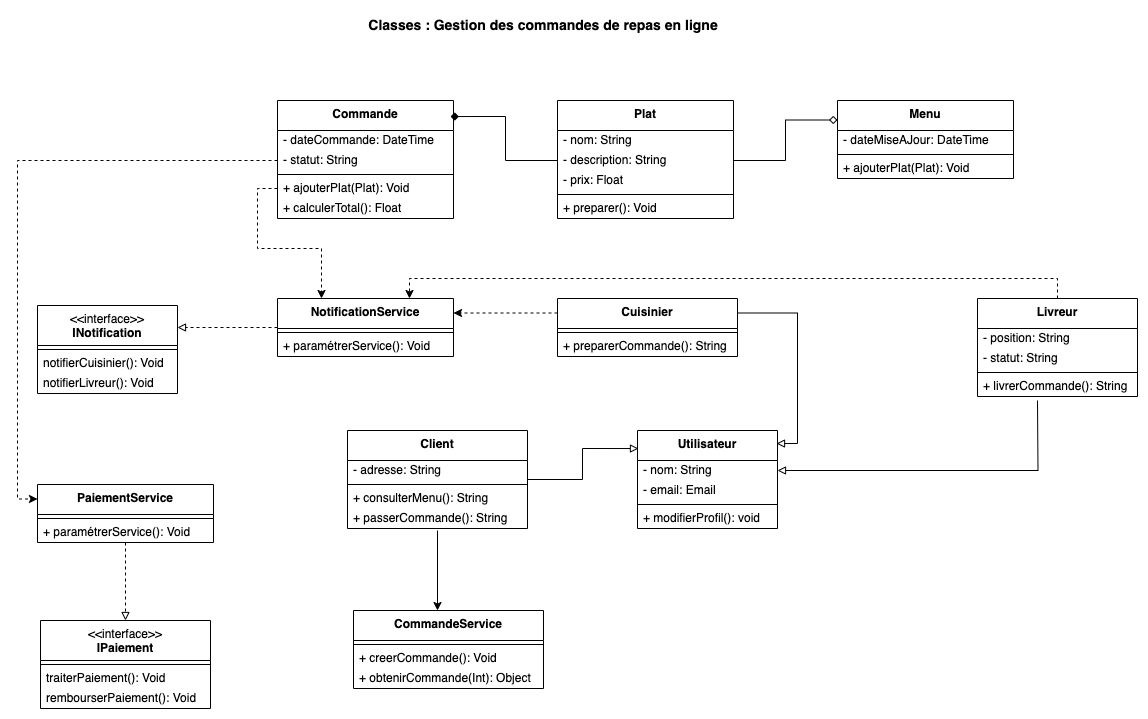
This is Semaine 1 - UML/images/05-example.png from nicolasvauchenet/cours_methodologie, a draw.io export, as it was before one commit. Source tidied: cells renumbered, new cells last; positions are measured from the earlier drawing's top-left corner, leaving out a move shared by most shapes.
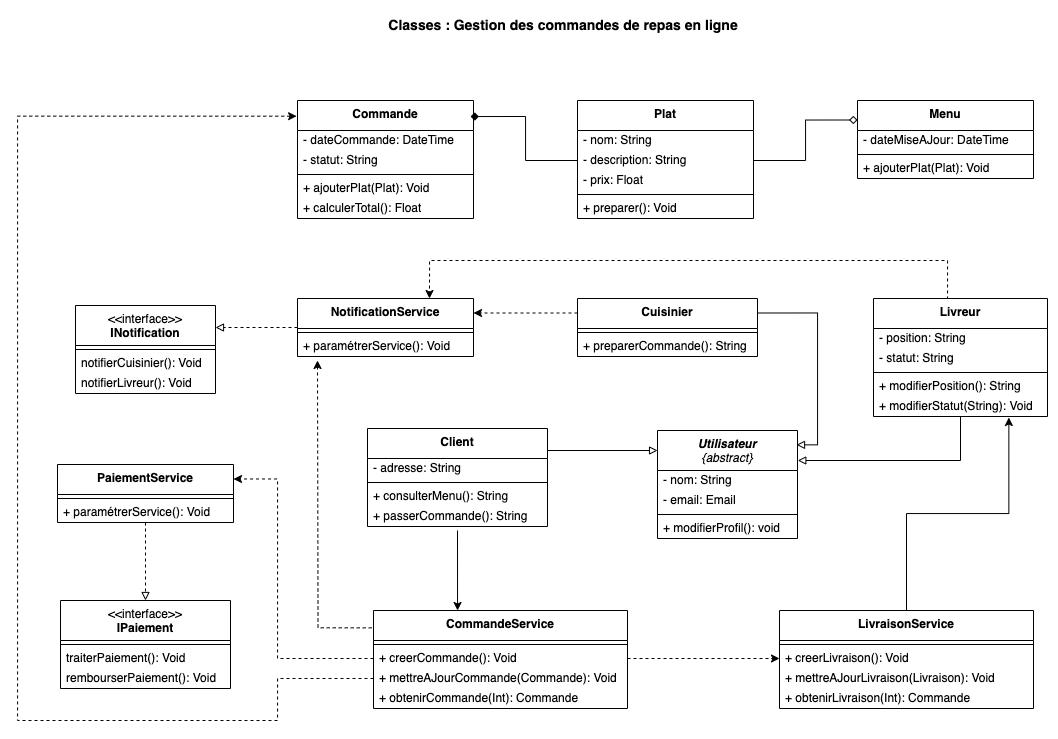
After the commit.

Commit message:
UML - Classes - OK

Diff of the diagram source:
```diff
@@ -5,23 +5,23 @@
     <mxCell id="2" value="&lt;b&gt;&lt;span style=&quot;font-size: 14px;&quot;&gt;Classes :&amp;nbsp;&lt;/span&gt;Gestion des commandes de repas en ligne&lt;/b&gt;" style="text;html=1;align=center;verticalAlign=middle;whiteSpace=wrap;rounded=0;fontSize=14;" parent="1" vertex="1">
       <mxGeometry x="316" width="380" height="30" as="geometry" />
     </mxCell>
-    <mxCell id="3" value="&lt;b&gt;Utilisateur&lt;/b&gt;" style="swimlane;fontStyle=0;align=center;verticalAlign=top;horizontal=1;startSize=30;html=1;whiteSpace=wrap;" parent="1" vertex="1">
-      <mxGeometry x="600" y="420" width="140" height="98" as="geometry" />
+    <mxCell id="3" value="&lt;i&gt;&lt;b&gt;Utilisateur&lt;/b&gt;&lt;br&gt;{abstract}&lt;/i&gt;" style="swimlane;fontStyle=0;align=center;verticalAlign=top;horizontal=1;startSize=40;html=1;whiteSpace=wrap;" parent="1" vertex="1">
+      <mxGeometry x="600" y="420" width="140" height="108" as="geometry" />
     </mxCell>
     <mxCell id="4" value="- nom: String" style="text;html=1;strokeColor=none;fillColor=none;align=left;verticalAlign=middle;spacingLeft=4;spacingRight=4;overflow=hidden;points=[[0,0.5],[1,0.5]];portConstraint=eastwest;whiteSpace=wrap;" parent="3" vertex="1">
-      <mxGeometry y="30" width="140" height="20" as="geometry" />
+      <mxGeometry y="40" width="140" height="20" as="geometry" />
     </mxCell>
     <mxCell id="5" value="- email: Email" style="text;html=1;strokeColor=none;fillColor=none;align=left;verticalAlign=middle;spacingLeft=4;spacingRight=4;overflow=hidden;whiteSpace=wrap;" parent="3" vertex="1">
-      <mxGeometry y="50" width="140" height="20" as="geometry" />
+      <mxGeometry y="60" width="140" height="20" as="geometry" />
     </mxCell>
     <mxCell id="6" style="line;strokeWidth=1;fillColor=none;align=left;verticalAlign=middle;spacingTop=-1;spacingLeft=3;spacingRight=3;labelPosition=right;" parent="3" vertex="1">
-      <mxGeometry y="70" width="140" height="8" as="geometry" />
+      <mxGeometry y="80" width="140" height="8" as="geometry" />
     </mxCell>
     <mxCell id="7" value="+ modifierProfil(): void" style="text;html=1;strokeColor=none;fillColor=none;align=left;verticalAlign=middle;spacingLeft=4;spacingRight=4;overflow=hidden;whiteSpace=wrap;" parent="3" vertex="1">
-      <mxGeometry y="78" width="140" height="20" as="geometry" />
+      <mxGeometry y="88" width="140" height="20" as="geometry" />
     </mxCell>
     <mxCell id="8" value="&lt;b&gt;Client&lt;/b&gt;" style="swimlane;fontStyle=0;align=center;verticalAlign=top;horizontal=1;startSize=30;html=1;whiteSpace=wrap;" parent="1" vertex="1">
-      <mxGeometry x="310" y="420" width="180" height="98" as="geometry" />
+      <mxGeometry x="310" y="418" width="180" height="98" as="geometry" />
     </mxCell>
     <mxCell id="9" value="- adresse: String" style="text;html=1;strokeColor=none;fillColor=none;align=left;verticalAlign=middle;spacingLeft=4;spacingRight=4;overflow=hidden;whiteSpace=wrap;" parent="8" vertex="1">
       <mxGeometry y="30" width="180" height="20" as="geometry" />
@@ -47,32 +47,33 @@
     <mxCell id="16" value="+ preparerCommande(): String" style="text;html=1;strokeColor=none;fillColor=none;align=left;verticalAlign=middle;spacingLeft=4;spacingRight=4;overflow=hidden;whiteSpace=wrap;" parent="14" vertex="1">
       <mxGeometry y="38" width="180" height="20" as="geometry" />
     </mxCell>
-    <mxCell id="17" style="edgeStyle=orthogonalEdgeStyle;rounded=0;jettySize=auto;html=1;entryX=0.75;entryY=0;entryDx=0;entryDy=0;dashed=1;" parent="1" edge="1" source="18" target="46">
+    <mxCell id="17" style="edgeStyle=orthogonalEdgeStyle;rounded=0;jettySize=auto;html=1;entryX=0.75;entryY=0;entryDx=0;entryDy=0;dashed=1;exitX=0.5;exitY=0;exitDx=0;exitDy=0;" parent="1" edge="1" source="18" target="46">
       <mxGeometry relative="1" as="geometry">
         <Array as="points">
-          <mxPoint x="1020" y="268" />
-          <mxPoint x="372" y="268" />
+          <mxPoint x="890" y="288" />
+          <mxPoint x="890" y="250" />
+          <mxPoint x="372" y="250" />
         </Array>
       </mxGeometry>
     </mxCell>
     <mxCell id="18" value="&lt;b&gt;Livreur&lt;/b&gt;" style="swimlane;fontStyle=0;align=center;verticalAlign=top;horizontal=1;startSize=30;html=1;whiteSpace=wrap;" parent="1" vertex="1">
-      <mxGeometry x="940" y="288" width="160" height="98" as="geometry" />
+      <mxGeometry x="816" y="288" width="174" height="118" as="geometry" />
     </mxCell>
     <mxCell id="19" value="- position: String" style="text;html=1;strokeColor=none;fillColor=none;align=left;verticalAlign=middle;spacingLeft=4;spacingRight=4;overflow=hidden;whiteSpace=wrap;" parent="18" vertex="1">
-      <mxGeometry y="30" width="160" height="20" as="geometry" />
+      <mxGeometry y="30" width="174" height="20" as="geometry" />
     </mxCell>
     <mxCell id="20" value="- statut: String" style="text;html=1;strokeColor=none;fillColor=none;align=left;verticalAlign=middle;spacingLeft=4;spacingRight=4;overflow=hidden;whiteSpace=wrap;" parent="18" vertex="1">
-      <mxGeometry y="50" width="160" height="20" as="geometry" />
+      <mxGeometry y="50" width="174" height="20" as="geometry" />
     </mxCell>
     <mxCell id="21" style="line;strokeWidth=1;fillColor=none;align=left;verticalAlign=middle;spacingTop=-1;spacingLeft=3;spacingRight=3;labelPosition=right;" parent="18" vertex="1">
-      <mxGeometry y="70" width="160" height="8" as="geometry" />
+      <mxGeometry y="70" width="174" height="8" as="geometry" />
     </mxCell>
-    <mxCell id="22" value="+ livrerCommande(): String" style="text;html=1;strokeColor=none;fillColor=none;align=left;verticalAlign=middle;spacingLeft=4;spacingRight=4;overflow=hidden;whiteSpace=wrap;" parent="18" vertex="1">
-      <mxGeometry y="78" width="160" height="20" as="geometry" />
+    <mxCell id="22" value="+ modifierPosition(): String" style="text;html=1;strokeColor=none;fillColor=none;align=left;verticalAlign=middle;spacingLeft=4;spacingRight=4;overflow=hidden;whiteSpace=wrap;" parent="18" vertex="1">
+      <mxGeometry y="78" width="174" height="20" as="geometry" />
     </mxCell>
-    <mxCell id="23" style="edgeStyle=orthogonalEdgeStyle;rounded=0;jettySize=auto;html=1;entryX=0.007;entryY=0.184;entryDx=0;entryDy=0;entryPerimeter=0;endArrow=block;endFill=0;" parent="1" edge="1" source="8" target="3">
-      <mxGeometry relative="1" as="geometry" />
-    </mxCell>
+    <mxCell id="67" value="+ modifierStatut(String): Void" style="text;html=1;strokeColor=none;fillColor=none;align=left;verticalAlign=middle;spacingLeft=4;spacingRight=4;overflow=hidden;points=[[0,0.5],[1,0.5]];portConstraint=eastwest;whiteSpace=wrap;" parent="18" vertex="1">
+      <mxGeometry y="98" width="174" height="20" as="geometry" />
+    </mxCell>
     <mxCell id="24" style="edgeStyle=orthogonalEdgeStyle;rounded=0;jettySize=auto;html=1;endArrow=block;endFill=0;exitX=1;exitY=0.25;exitDx=0;exitDy=0;entryX=0.993;entryY=0.133;entryDx=0;entryDy=0;entryPerimeter=0;" parent="1" edge="1" source="14" target="3">
       <mxGeometry relative="1" as="geometry" />
     </mxCell>
@@ -125,7 +126,7 @@
       <mxGeometry y="58" width="176" height="20" as="geometry" />
     </mxCell>
     <mxCell id="41" value="&amp;lt;&amp;lt;interface&amp;gt;&amp;gt;&lt;br&gt;&lt;b&gt;INotification&lt;/b&gt;" style="swimlane;fontStyle=0;align=center;verticalAlign=top;horizontal=1;startSize=40;html=1;whiteSpace=wrap;" parent="1" vertex="1">
-      <mxGeometry y="295" width="140" height="88" as="geometry" />
+      <mxGeometry x="18" y="295" width="140" height="88" as="geometry" />
     </mxCell>
     <mxCell id="42" style="line;strokeWidth=1;fillColor=none;align=left;verticalAlign=middle;spacingTop=-1;spacingLeft=3;spacingRight=3;labelPosition=right;" parent="41" vertex="1">
       <mxGeometry y="40" width="140" height="8" as="geometry" />
@@ -149,7 +150,7 @@
       <mxGeometry y="38" width="176" height="20" as="geometry" />
     </mxCell>
     <mxCell id="49" value="&amp;lt;&amp;lt;interface&amp;gt;&amp;gt;&lt;br&gt;&lt;b&gt;IPaiement&lt;/b&gt;" style="swimlane;fontStyle=0;align=center;verticalAlign=top;horizontal=1;startSize=40;html=1;whiteSpace=wrap;" parent="1" vertex="1">
-      <mxGeometry x="3" y="610" width="170" height="88" as="geometry" />
+      <mxGeometry x="3" y="590" width="170" height="88" as="geometry" />
     </mxCell>
     <mxCell id="50" style="line;strokeWidth=1;fillColor=none;align=left;verticalAlign=middle;spacingTop=-1;spacingLeft=3;spacingRight=3;labelPosition=right;" parent="49" vertex="1">
       <mxGeometry y="40" width="170" height="8" as="geometry" />
@@ -161,7 +162,7 @@
       <mxGeometry y="68" width="170" height="20" as="geometry" />
     </mxCell>
     <mxCell id="53" value="&lt;b&gt;PaiementService&lt;/b&gt;" style="swimlane;fontStyle=0;align=center;verticalAlign=top;horizontal=1;startSize=30;html=1;whiteSpace=wrap;" parent="1" vertex="1">
-      <mxGeometry y="474" width="176" height="58" as="geometry" />
+      <mxGeometry y="454" width="176" height="58" as="geometry" />
     </mxCell>
     <mxCell id="54" style="line;strokeWidth=1;fillColor=none;align=left;verticalAlign=middle;spacingTop=-1;spacingLeft=3;spacingRight=3;labelPosition=right;" parent="53" vertex="1">
       <mxGeometry y="30" width="176" height="8" as="geometry" />
@@ -169,17 +170,25 @@
     <mxCell id="55" value="+ paramétrerService(): Void" style="text;html=1;strokeColor=none;fillColor=none;align=left;verticalAlign=middle;spacingLeft=4;spacingRight=4;overflow=hidden;whiteSpace=wrap;" parent="53" vertex="1">
       <mxGeometry y="38" width="176" height="20" as="geometry" />
     </mxCell>
+    <mxCell id="68" style="edgeStyle=orthogonalEdgeStyle;rounded=0;jettySize=auto;html=1;dashed=1;exitX=-0.007;exitY=0.177;exitDx=0;exitDy=0;exitPerimeter=0;" parent="1" edge="1" source="56">
+      <mxGeometry relative="1" as="geometry">
+        <mxPoint x="260" y="350" as="targetPoint" />
+      </mxGeometry>
+    </mxCell>
     <mxCell id="56" value="&lt;b&gt;CommandeService&lt;/b&gt;" style="swimlane;fontStyle=0;align=center;verticalAlign=top;horizontal=1;startSize=30;html=1;whiteSpace=wrap;" parent="1" vertex="1">
-      <mxGeometry x="316" y="600" width="190" height="78" as="geometry" />
+      <mxGeometry x="316" y="600" width="254" height="98" as="geometry" />
     </mxCell>
     <mxCell id="57" style="line;strokeWidth=1;fillColor=none;align=left;verticalAlign=middle;spacingTop=-1;spacingLeft=3;spacingRight=3;labelPosition=right;" parent="56" vertex="1">
-      <mxGeometry y="30" width="190" height="8" as="geometry" />
+      <mxGeometry y="30" width="254" height="8" as="geometry" />
     </mxCell>
     <mxCell id="58" value="+ creerCommande(): Void" style="text;html=1;strokeColor=none;fillColor=none;align=left;verticalAlign=middle;spacingLeft=4;spacingRight=4;overflow=hidden;points=[[0,0.5],[1,0.5]];portConstraint=eastwest;whiteSpace=wrap;" parent="56" vertex="1">
-      <mxGeometry y="38" width="190" height="20" as="geometry" />
+      <mxGeometry y="38" width="254" height="20" as="geometry" />
     </mxCell>
+    <mxCell id="69" value="+ mettreAJourCommande(Commande): Void" style="text;html=1;strokeColor=none;fillColor=none;align=left;verticalAlign=middle;spacingLeft=4;spacingRight=4;overflow=hidden;points=[[0,0.5],[1,0.5]];portConstraint=eastwest;whiteSpace=wrap;" parent="56" vertex="1">
+      <mxGeometry y="58" width="254" height="20" as="geometry" />
+    </mxCell>
-    <mxCell id="59" value="+ obtenirCommande(Int): Object" style="text;html=1;strokeColor=none;fillColor=none;align=left;verticalAlign=middle;spacingLeft=4;spacingRight=4;overflow=hidden;whiteSpace=wrap;" parent="56" vertex="1">
-      <mxGeometry y="58" width="190" height="20" as="geometry" />
+    <mxCell id="59" value="+ obtenirCommande(Int): Commande" style="text;html=1;strokeColor=none;fillColor=none;align=left;verticalAlign=middle;spacingLeft=4;spacingRight=4;overflow=hidden;whiteSpace=wrap;" parent="56" vertex="1">
+      <mxGeometry y="78" width="254" height="20" as="geometry" />
     </mxCell>
     <mxCell id="60" style="edgeStyle=orthogonalEdgeStyle;rounded=0;orthogonalLoop=1;jettySize=auto;html=1;" parent="1" edge="1">
       <mxGeometry relative="1" as="geometry">
@@ -193,22 +202,68 @@
     <mxCell id="61" style="edgeStyle=orthogonalEdgeStyle;rounded=0;jettySize=auto;html=1;entryX=0.983;entryY=0.136;entryDx=0;entryDy=0;entryPerimeter=0;endArrow=diamond;endFill=1;" parent="1" edge="1" source="33" target="25">
       <mxGeometry relative="1" as="geometry" />
     </mxCell>
-    <mxCell id="62" style="edgeStyle=orthogonalEdgeStyle;rounded=0;jettySize=auto;html=1;entryX=0.25;entryY=0;entryDx=0;entryDy=0;dashed=1;" parent="1" edge="1" source="29" target="46">
-      <mxGeometry relative="1" as="geometry" />
-    </mxCell>
-    <mxCell id="63" style="edgeStyle=orthogonalEdgeStyle;rounded=0;jettySize=auto;html=1;entryX=0;entryY=0.25;entryDx=0;entryDy=0;dashed=1;" parent="1" edge="1" source="27" target="53">
-      <mxGeometry relative="1" as="geometry" />
-    </mxCell>
     <mxCell id="64" style="edgeStyle=orthogonalEdgeStyle;rounded=0;jettySize=auto;html=1;entryX=0;entryY=0.25;entryDx=0;entryDy=0;endArrow=diamond;endFill=0;" parent="1" edge="1" source="33" target="37">
       <mxGeometry relative="1" as="geometry" />
     </mxCell>
-    <mxCell id="65" style="edgeStyle=orthogonalEdgeStyle;rounded=0;jettySize=auto;html=1;startArrow=block;startFill=0;endArrow=none;endFill=0;" parent="1" edge="1" source="4">
-      <mxGeometry relative="1" as="geometry">
-        <mxPoint x="1000" y="390" as="targetPoint" />
-      </mxGeometry>
-    </mxCell>
     <mxCell id="66" style="edgeStyle=orthogonalEdgeStyle;rounded=0;jettySize=auto;html=1;entryX=0.5;entryY=0;entryDx=0;entryDy=0;dashed=1;endArrow=block;endFill=0;" parent="1" edge="1" source="53" target="49">
       <mxGeometry relative="1" as="geometry" />
     </mxCell>
+    <mxCell id="70" style="edgeStyle=orthogonalEdgeStyle;rounded=0;jettySize=auto;html=1;entryX=1;entryY=0.25;entryDx=0;entryDy=0;dashed=1;" parent="1" edge="1" source="58" target="53">
+      <mxGeometry relative="1" as="geometry">
+        <Array as="points">
+          <mxPoint x="220" y="648" />
+          <mxPoint x="220" y="469" />
+        </Array>
+      </mxGeometry>
+    </mxCell>
+    <mxCell id="71" style="edgeStyle=orthogonalEdgeStyle;rounded=0;jettySize=auto;html=1;entryX=-0.005;entryY=0.133;entryDx=0;entryDy=0;entryPerimeter=0;dashed=1;" parent="1" edge="1" source="69" target="25">
+      <mxGeometry relative="1" as="geometry">
+        <Array as="points">
+          <mxPoint x="220" y="668" />
+          <mxPoint x="220" y="710" />
+          <mxPoint x="-40" y="710" />
+          <mxPoint x="-40" y="106" />
+        </Array>
+      </mxGeometry>
+    </mxCell>
+    <mxCell id="72" value="&lt;b&gt;LivraisonService&lt;/b&gt;" style="swimlane;fontStyle=0;align=center;verticalAlign=top;horizontal=1;startSize=30;html=1;whiteSpace=wrap;" parent="1" vertex="1">
+      <mxGeometry x="722" y="600" width="254" height="98" as="geometry" />
+    </mxCell>
+    <mxCell id="73" style="line;strokeWidth=1;fillColor=none;align=left;verticalAlign=middle;spacingTop=-1;spacingLeft=3;spacingRight=3;labelPosition=right;" parent="72" vertex="1">
+      <mxGeometry y="30" width="254" height="8" as="geometry" />
+    </mxCell>
+    <mxCell id="74" value="+ creerLivraison(): Void" style="text;html=1;strokeColor=none;fillColor=none;align=left;verticalAlign=middle;spacingLeft=4;spacingRight=4;overflow=hidden;points=[[0,0.5],[1,0.5]];portConstraint=eastwest;whiteSpace=wrap;" parent="72" vertex="1">
+      <mxGeometry y="38" width="254" height="20" as="geometry" />
+    </mxCell>
+    <mxCell id="75" value="+ mettreAJourLivraison(Livraison): Void" style="text;html=1;strokeColor=none;fillColor=none;align=left;verticalAlign=middle;spacingLeft=4;spacingRight=4;overflow=hidden;whiteSpace=wrap;" parent="72" vertex="1">
+      <mxGeometry y="58" width="254" height="20" as="geometry" />
+    </mxCell>
+    <mxCell id="76" value="+ obtenirLivraison(Int): Commande" style="text;html=1;strokeColor=none;fillColor=none;align=left;verticalAlign=middle;spacingLeft=4;spacingRight=4;overflow=hidden;whiteSpace=wrap;" parent="72" vertex="1">
+      <mxGeometry y="78" width="254" height="20" as="geometry" />
+    </mxCell>
+    <mxCell id="77" style="edgeStyle=orthogonalEdgeStyle;rounded=0;jettySize=auto;html=1;entryX=0;entryY=0.5;entryDx=0;entryDy=0;dashed=1;" parent="1" edge="1" source="58" target="74">
+      <mxGeometry relative="1" as="geometry" />
+    </mxCell>
+    <mxCell id="78" style="edgeStyle=orthogonalEdgeStyle;rounded=0;orthogonalLoop=1;jettySize=auto;html=1;endArrow=block;endFill=0;" parent="1" edge="1">
+      <mxGeometry relative="1" as="geometry">
+        <mxPoint x="490" y="440" as="sourcePoint" />
+        <mxPoint x="600" y="440" as="targetPoint" />
+        <Array as="points">
+          <mxPoint x="490" y="440" />
+          <mxPoint x="600" y="440" />
+        </Array>
+      </mxGeometry>
+    </mxCell>
+    <mxCell id="79" style="edgeStyle=orthogonalEdgeStyle;rounded=0;jettySize=auto;html=1;entryX=1.002;entryY=0.281;entryDx=0;entryDy=0;entryPerimeter=0;endArrow=block;endFill=0;" parent="1" edge="1" source="67" target="3">
+      <mxGeometry relative="1" as="geometry">
+        <Array as="points">
+          <mxPoint x="903" y="450" />
+          <mxPoint x="740" y="450" />
+        </Array>
+      </mxGeometry>
+    </mxCell>
+    <mxCell id="80" style="edgeStyle=orthogonalEdgeStyle;rounded=0;jettySize=auto;html=1;entryX=0.778;entryY=1.05;entryDx=0;entryDy=0;entryPerimeter=0;" parent="1" edge="1" source="72" target="67">
+      <mxGeometry relative="1" as="geometry" />
+    </mxCell>
   </root>
 </mxGraphModel>
```
